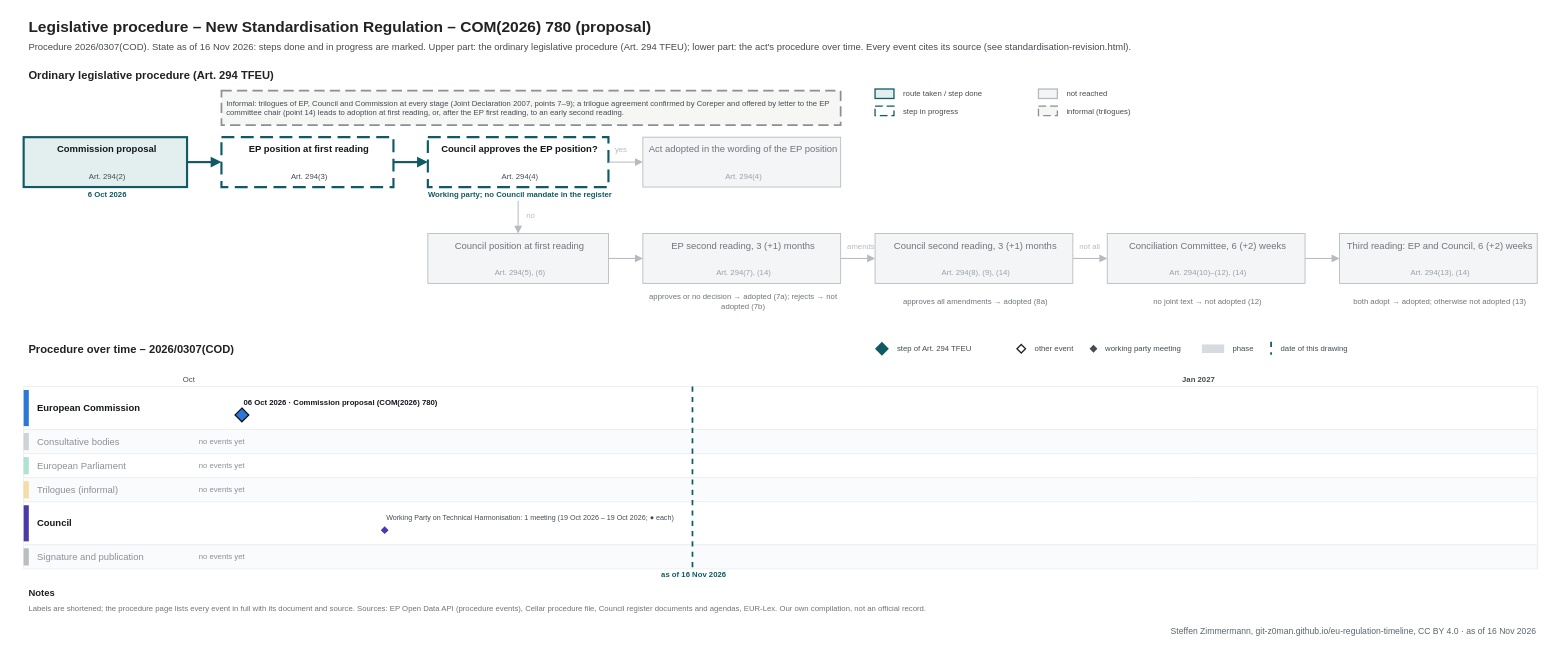
git-z0man/eu-regulation-timeline keeps this draw.io diagram as procedures/standardisation-revision.drawio. Above is the earlier version. Source tidied: cells renumbered, new cells numbered last; positions are measured from the earlier drawing's top-left corner, leaving out a move shared by most shapes. Both pictures are drawn from the tidied source at 86%, with x=0, y=0 at pixel (15, 15).
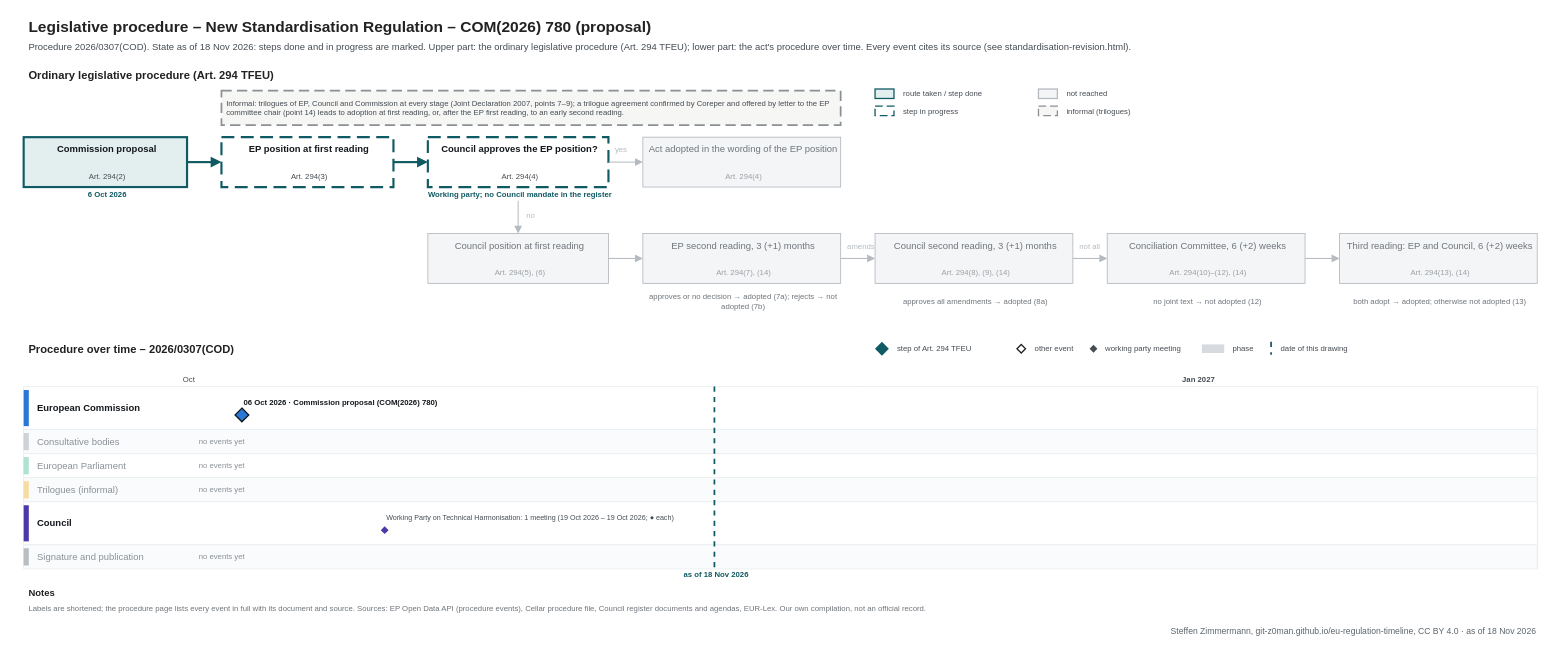
Above is the later version.

Diff of the diagram source:
```diff
@@
-    <mxCell id="3" value="Procedure 2026/0307(COD). State as of 16 Nov 2026: steps done and in progress are marked. Upper part: the ordinary legislative procedure (Art. 294 TFEU); lower part: the act's procedure over time. Every event cites its source (see standardisation-revision.html)." style="text;html=1;fontSize=11;fontColor=#454c53;align=left;verticalAlign=middle;spacingLeft=4;" parent="1" vertex="1">
+    <mxCell id="3" value="Procedure 2026/0307(COD). State as of 18 Nov 2026: steps done and in progress are marked. Upper part: the ordinary legislative procedure (Art. 294 TFEU); lower part: the act's procedure over time. Every event cites its source (see standardisation-revision.html)." style="text;html=1;fontSize=11;fontColor=#454c53;align=left;verticalAlign=middle;spacingLeft=4;" parent="1" vertex="1">
       <mxGeometry x="10" y="28" width="1700" height="18" as="geometry" />
     </mxCell>
@@
     <mxCell id="100" style="line;html=1;strokeWidth=2;strokeColor=#0f5a63;direction=south;dashed=1;" parent="1" vertex="1">
-      <mxGeometry x="787.2" y="432" width="1" height="212" as="geometry" />
+      <mxGeometry x="812.7" y="432" width="1" height="212" as="geometry" />
     </mxCell>
-    <mxCell id="101" value="as of 16 Nov 2026" style="text;html=1;fontSize=9;fontColor=#0f5a63;align=center;verticalAlign=middle;spacingLeft=4;fontStyle=1;" parent="1" vertex="1">
-      <mxGeometry x="727.2" y="645" width="120" height="12" as="geometry" />
+    <mxCell id="101" value="as of 18 Nov 2026" style="text;html=1;fontSize=9;fontColor=#0f5a63;align=center;verticalAlign=middle;spacingLeft=4;fontStyle=1;" parent="1" vertex="1">
+      <mxGeometry x="752.7" y="645" width="120" height="12" as="geometry" />
     </mxCell>
@@
-    <mxCell id="108" value="Steffen Zimmermann, git-z0man.github.io/eu-regulation-timeline, CC BY 4.0 · as of 16 Nov 2026" style="text;html=1;fontSize=10;fontColor=#5b646b;align=right;verticalAlign=middle;spacingLeft=4;" parent="1" vertex="1">
+    <mxCell id="108" value="Steffen Zimmermann, git-z0man.github.io/eu-regulation-timeline, CC BY 4.0 · as of 18 Nov 2026" style="text;html=1;fontSize=10;fontColor=#5b646b;align=right;verticalAlign=middle;spacingLeft=4;" parent="1" vertex="1">
       <mxGeometry x="10" y="708" width="1760" height="16" as="geometry" />
     </mxCell>
```
